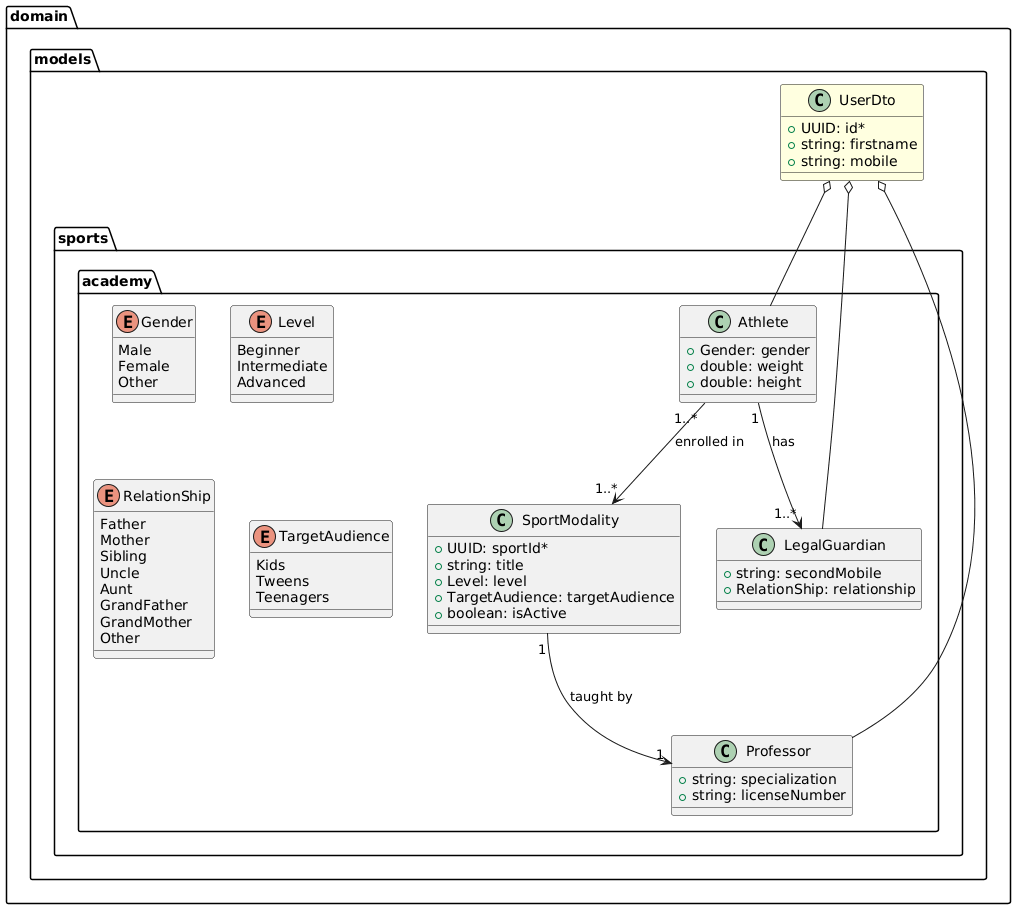
Earlier version of the PlantUML export docs/sports.academy.png (miw-upm/apaw-practice).
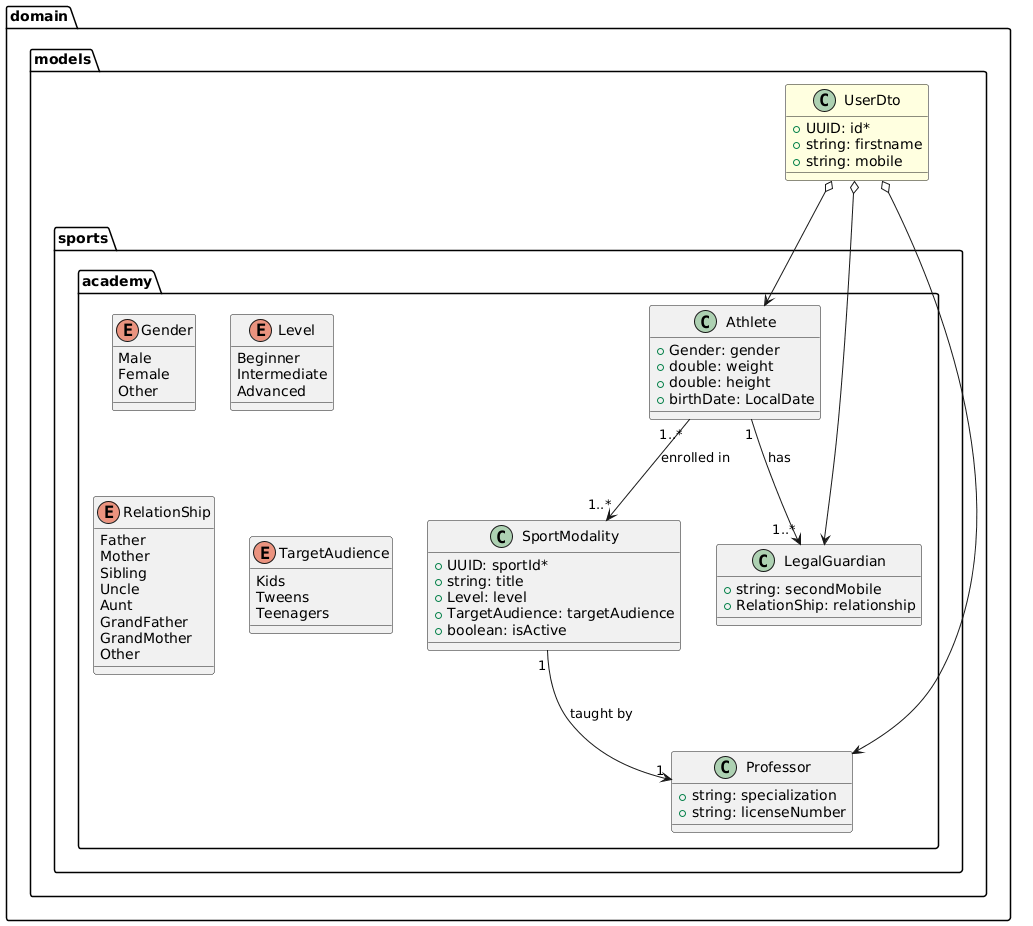
The same file after the commit.

Commit message:
Added missing relations to java class and update model to follow professor's patterns #1143

Diff of the diagram source:
```diff
@@ -14,6 +14,7 @@
             +Gender: gender
             +double: weight
             +double: height
+            +birthDate: LocalDate
         }
 
         class LegalGuardian {
@@ -67,9 +68,9 @@
         Athlete "1..*" --> "1..*" SportModality : enrolled in
         SportModality "1" --> "1" Professor : taught by
 
-        UserDto o-- Athlete
-        UserDto o-- LegalGuardian
-        UserDto o-- Professor
+        UserDto o--> Athlete
+        UserDto o--> LegalGuardian
+        UserDto o--> Professor
 
     }
 }
```
